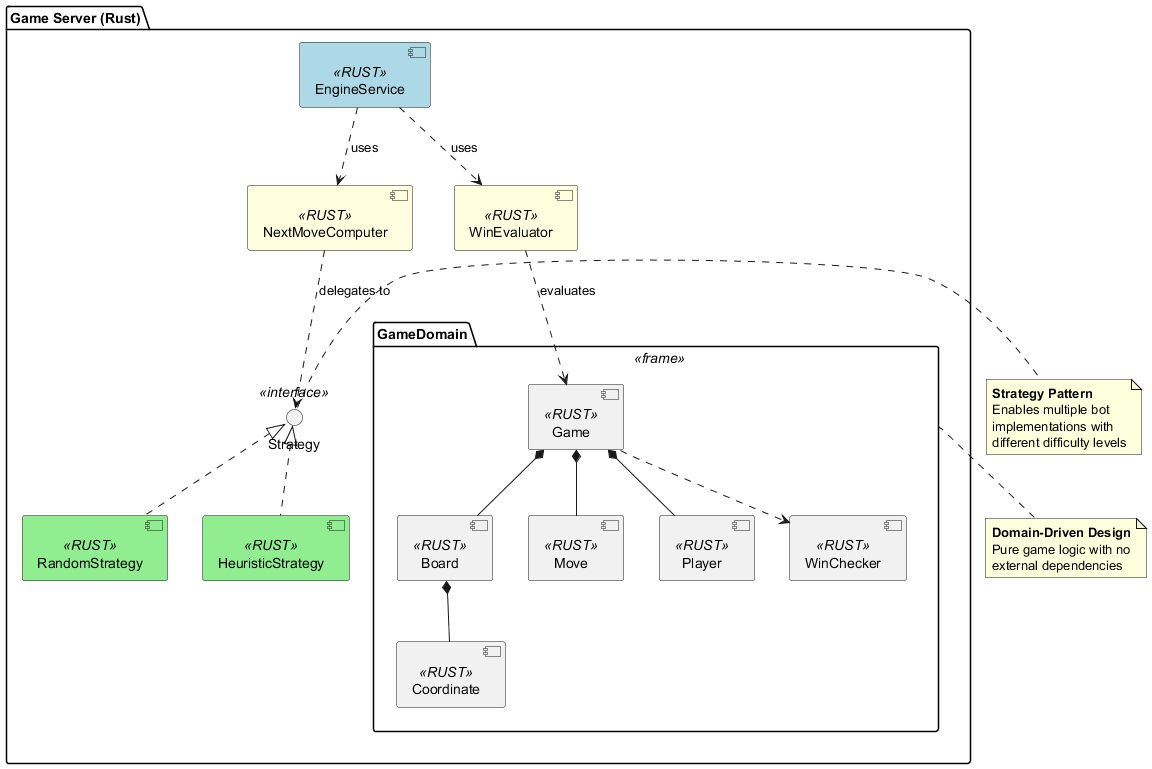
Arquisoft/yovi_es1c keeps this PlantUML diagram as images/level2-gameserver.png. Above is the earlier version. Its diagram source:
```plantuml
@startuml
package "Game Server (Rust)" {

  component [EngineService] <<RUST>> #LightBlue
  component [NextMoveComputer] <<RUST>> #LightYellow
  component [WinEvaluator] <<RUST>> #LightYellow

  interface "Strategy" as IStrategy <<interface>>
  component [RandomStrategy] <<RUST>> #LightGreen
  component [HeuristicStrategy] <<RUST>> #LightGreen

  package "GameDomain" <<frame>> {
    component [Game] <<RUST>>
    component [Board] <<RUST>>
    component [Move] <<RUST>>
    component [Player] <<RUST>>
    component [Coordinate] <<RUST>>
    component [WinChecker] <<RUST>>
  }
}

[EngineService] ..> [NextMoveComputer] : uses
[EngineService] ..> [WinEvaluator] : uses

[NextMoveComputer] ..> IStrategy : delegates to
[WinEvaluator] ..> [Game] : evaluates

IStrategy <|.. [RandomStrategy]
IStrategy <|.. [HeuristicStrategy]

[Game] *-- [Board]
[Game] *-- [Move]
[Game] *-- [Player]
[Board] *-- [Coordinate]
[Game] ..> [WinChecker]

note right of IStrategy
  **Strategy Pattern**
  Enables multiple bot
  implementations with
  different difficulty levels
end note

note bottom of GameDomain
  **Domain-Driven Design**
  Pure game logic with no
  external dependencies
end note

@enduml
```
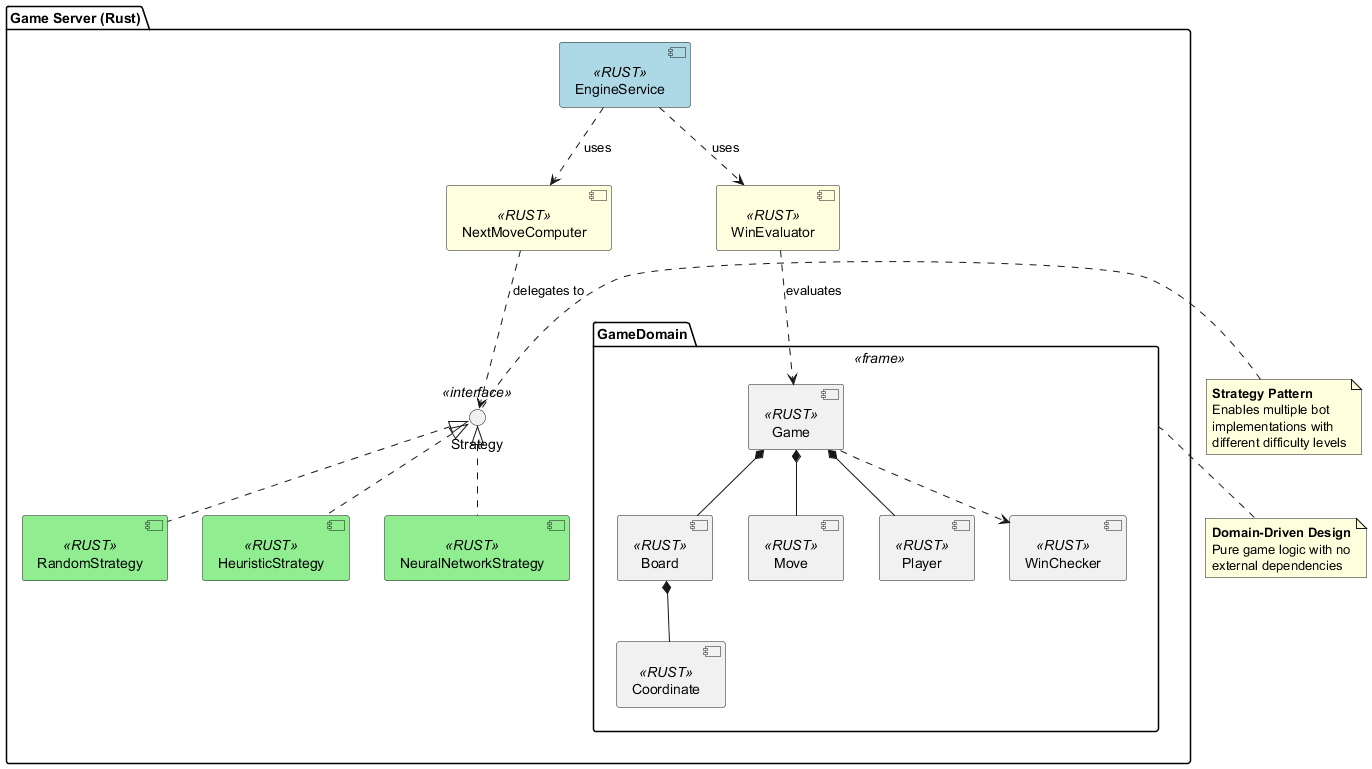
After the change.

What changed in the source:
```diff
@@ -8,6 +8,7 @@
   interface "Strategy" as IStrategy <<interface>>
   component [RandomStrategy] <<RUST>> #LightGreen
   component [HeuristicStrategy] <<RUST>> #LightGreen
+  component [NeuralNetworkStrategy] <<RUST>> #LightGreen
 
   package "GameDomain" <<frame>> {
     component [Game] <<RUST>>
@@ -27,6 +28,7 @@
 
 IStrategy <|.. [RandomStrategy]
 IStrategy <|.. [HeuristicStrategy]
+IStrategy <|.. [NeuralNetworkStrategy]
 
 [Game] *-- [Board]
 [Game] *-- [Move]
```
